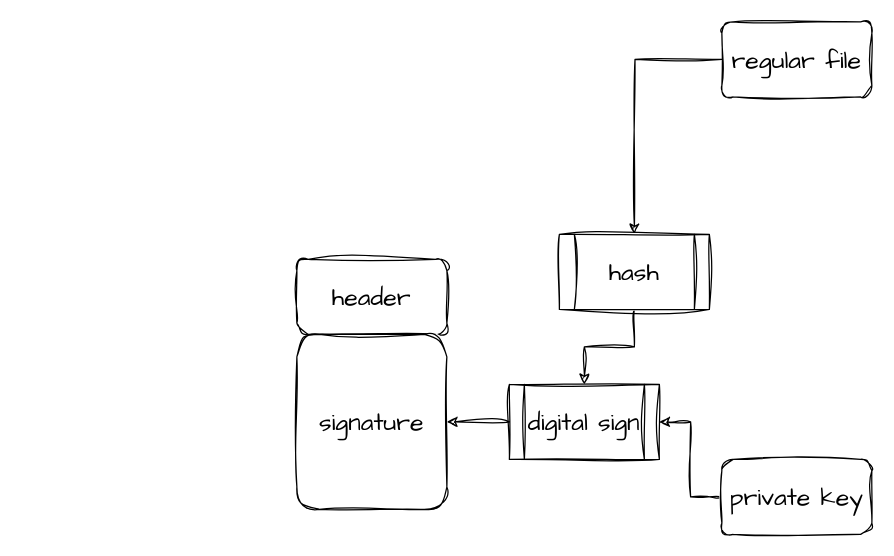
pkking/mydrawio keeps this draw.io diagram as ima_sign.drawio. Above is the earlier version. Source tidied: cells renumbered, new cells numbered last; positions are measured from the earlier drawing's top-left corner, leaving out a move shared by most shapes. Both pictures are drawn from the tidied source at 125%, with x=0, y=0 at pixel (296, 21).
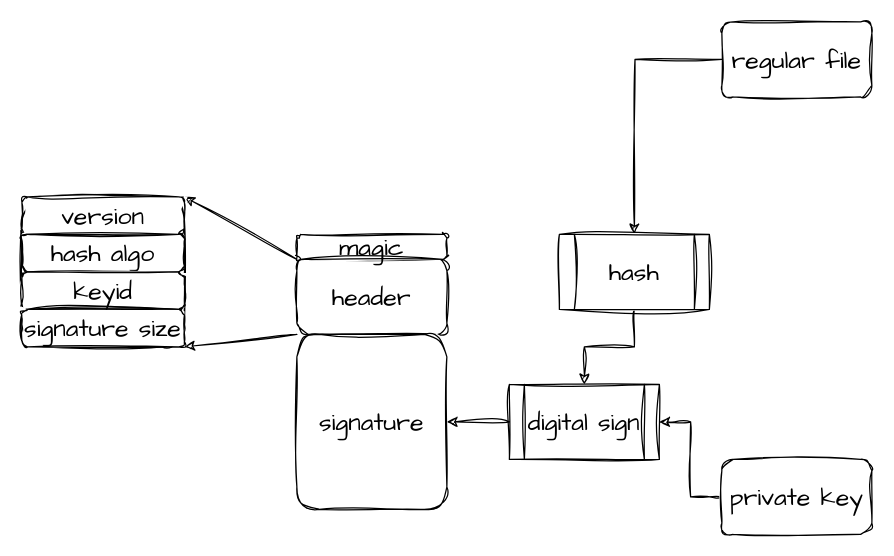
Above is the later version.

The edit, as a diff of the source:
```diff
@@
+    <mxCell id="12" style="endArrow=classic;html=1;rounded=0;sketch=1;hachureGap=4;jiggle=2;curveFitting=1;fontFamily=Architects Daughter;fontSize=16;entryX=1;entryY=0;entryDx=0;entryDy=0;" parent="1" edge="1" target="15">
+      <mxGeometry relative="1" as="geometry">
+        <mxPoint y="190" as="sourcePoint" />
+      </mxGeometry>
+    </mxCell>
+    <mxCell id="13" style="endArrow=classic;html=1;rounded=0;sketch=1;hachureGap=4;jiggle=2;curveFitting=1;fontFamily=Architects Daughter;fontSize=16;entryX=1;entryY=1;entryDx=0;entryDy=0;" parent="1" edge="1" target="18">
+      <mxGeometry relative="1" as="geometry">
+        <mxPoint y="250" as="sourcePoint" />
+      </mxGeometry>
+    </mxCell>
+    <mxCell id="14" style="rounded=1;whiteSpace=wrap;html=1;sketch=1;hachureGap=4;jiggle=2;curveFitting=1;fontFamily=Architects Daughter;fontSize=20;" parent="1" vertex="1">
+      <mxGeometry x="-220" y="140" width="130" height="120" as="geometry" />
+    </mxCell>
+    <mxCell id="15" value="version " style="rounded=1;whiteSpace=wrap;html=1;sketch=1;hachureGap=4;jiggle=2;curveFitting=1;fontFamily=Architects Daughter;fontSize=20;" parent="1" vertex="1">
+      <mxGeometry x="-220" y="140" width="130" height="30" as="geometry" />
+    </mxCell>
+    <mxCell id="16" value="hash algo" style="rounded=1;whiteSpace=wrap;html=1;sketch=1;hachureGap=4;jiggle=2;curveFitting=1;fontFamily=Architects Daughter;fontSize=20;" parent="1" vertex="1">
+      <mxGeometry x="-220" y="170" width="130" height="30" as="geometry" />
+    </mxCell>
+    <mxCell id="17" value="keyid" style="rounded=1;whiteSpace=wrap;html=1;sketch=1;hachureGap=4;jiggle=2;curveFitting=1;fontFamily=Architects Daughter;fontSize=20;" parent="1" vertex="1">
+      <mxGeometry x="-220" y="200" width="130" height="30" as="geometry" />
+    </mxCell>
+    <mxCell id="18" value="signature size" style="rounded=1;whiteSpace=wrap;html=1;sketch=1;hachureGap=4;jiggle=2;curveFitting=1;fontFamily=Architects Daughter;fontSize=20;" parent="1" vertex="1">
+      <mxGeometry x="-220" y="230" width="130" height="30" as="geometry" />
+    </mxCell>
+    <mxCell id="19" value="magic" style="rounded=1;whiteSpace=wrap;html=1;sketch=1;hachureGap=4;jiggle=2;curveFitting=1;fontFamily=Architects Daughter;fontSize=20;" parent="1" vertex="1">
+      <mxGeometry y="170" width="120" height="20" as="geometry" />
+    </mxCell>
```
